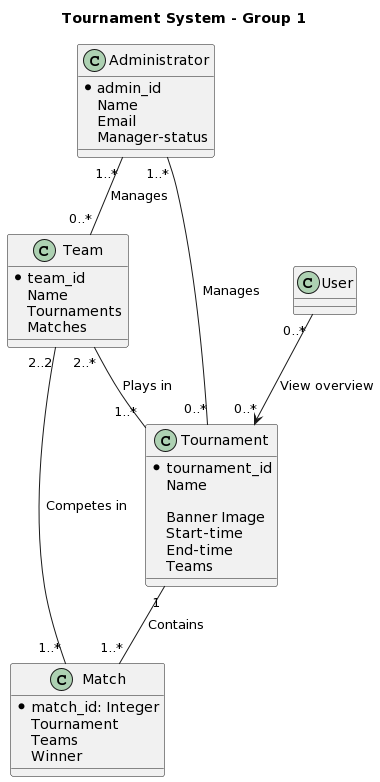
Earlier version of the PlantUML export documentation/renders/domainModel.png (felixalbrigtsen/asura-tmdb).
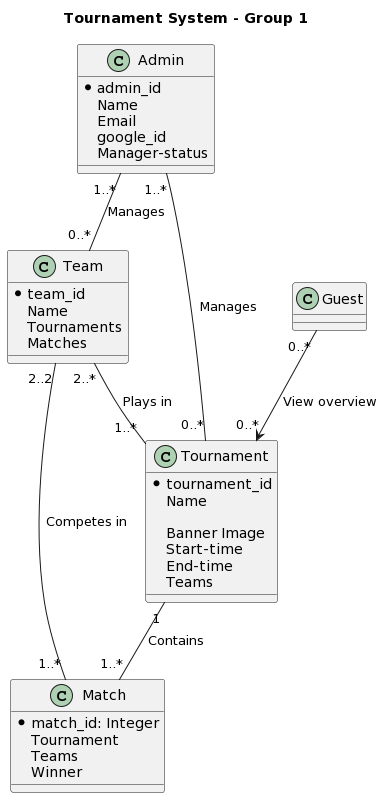
Later version of the same file.

Change to the diagram source:
```diff
@@ -25,14 +25,15 @@
     Teams
 }
 
-class Administrator {
+class Admin {
     *admin_id
     Name
     Email
+    google_id
     Manager-status
 }
 
-class User {
+class Guest {
 
 }
 
@@ -40,7 +41,7 @@
 Tournament "1" -- "1..*" Match : "Contains"
 Team "2..2" -- "1..*" Match : "Competes in"
 
-Administrator "1..*" -- "0..*" Tournament : "Manages"
-Administrator "1..*" -- "0..*" Team : "Manages"
-User "0..*" --> "0..*" Tournament : "View overview"
+Admin "1..*" -- "0..*" Tournament : "Manages"
+Admin "1..*" -- "0..*" Team : "Manages"
+Guest "0..*" --> "0..*" Tournament : "View overview"
 @enduml
```
